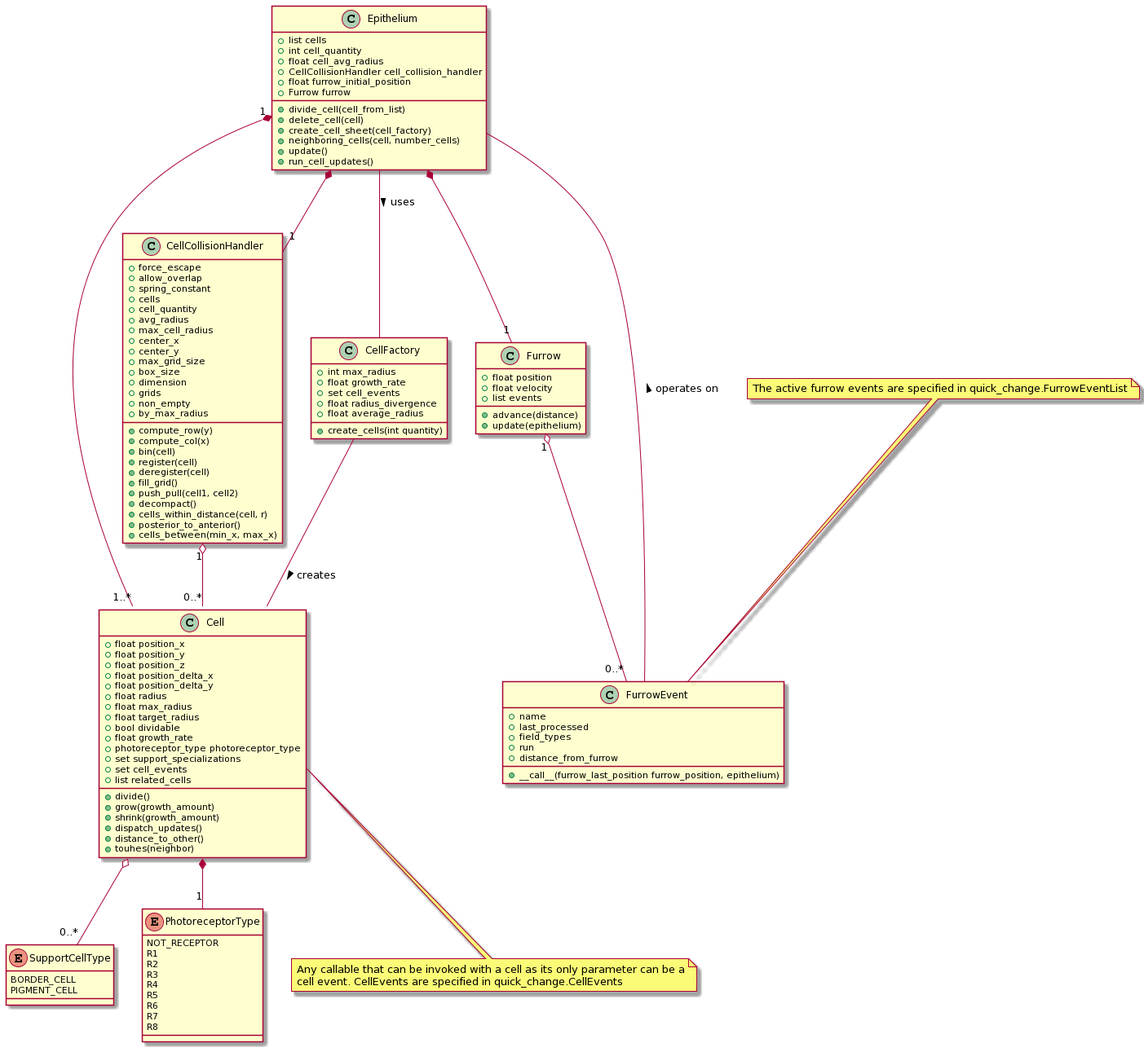
This is diagrams/images/class_diagram.png from lavinrp/EyeDevelopmentModel, a PlantUML export, as it was before one commit. Its diagram source:
```plantuml
@startuml
class Cell{
  +float position_x
  +float position_y
  +float position_z
  +float position_delta_x
  +float position_delta_y
  +float radius
  +float max_radius
  +float target_radius
  +bool dividable
  +float growth_rate
  +photoreceptor_type photoreceptor_type
  +set support_specializations
  +set cell_events
  +list related_cells
  +divide()
  +grow(growth_amount)
  +shrink(growth_amount)
  +dispatch_updates()
  +distance_to_other()
  +touhes(neighbor)
}

enum SupportCellType {
  BORDER_CELL
  PIGMENT_CELL
}

enum PhotoreceptorType{
  NOT_RECEPTOR
  R1
  R2
  R3
  R4
  R5
  R6
  R7
  R8
}


Class CellCollisionHandler {
  +force_escape
  +allow_overlap
  +spring_constant
  +cells
  +cell_quantity
  +avg_radius
  +max_cell_radius
  +center_x
  +center_y
  +max_grid_size
  +box_size
  +dimension
  +grids
  +non_empty
  +by_max_radius
  +compute_row(y)
  +compute_col(x)
  +bin(cell)
  +register(cell)
  +deregister(cell)
  +fill_grid()
  +push_pull(cell1, cell2)
  +decompact()
  +cells_within_distance(cell, r)
  +posterior_to_anterior()
  +cells_between(min_x, max_x)
}

class CellFactory{
  +int max_radius
  +float growth_rate
  +set cell_events
  +float radius_divergence
  +float average_radius
  +create_cells(int quantity)
}

class Epithelium {
  +list cells
  +int cell_quantity
  +float cell_avg_radius
  +CellCollisionHandler cell_collision_handler
  +float furrow_initial_position
  +Furrow furrow
  +divide_cell(cell_from_list)
  +delete_cell(cell)
  +create_cell_sheet(cell_factory)
  +neighboring_cells(cell, number_cells)
  +update()
  +run_cell_updates()
}

class Furrow {
  +float position
  +float velocity
  +list events
  +advance(distance)
  +update(epithelium)
}

class FurrowEvent {
  +name
  +last_processed
  +field_types
  +run
  +distance_from_furrow
  +__call__(furrow_last_position furrow_position, epithelium)
}

Cell *-- "1" PhotoreceptorType
Cell o-- "0..*" SupportCellType
CellCollisionHandler "1" o-- "0..*" Cell
CellFactory -- Cell : creates >
Epithelium -- CellFactory : uses >
Epithelium "1" *-- "1..*" Cell
Epithelium *-- "1" CellCollisionHandler
Epithelium *-- "1" Furrow
Furrow "1" o-- "0..*" FurrowEvent
FurrowEvent -- Epithelium : operates on >

note "The active furrow events are specified in quick_change.FurrowEventList" as FurrowEventListNote
FurrowEventListNote -- FurrowEvent

note as CellEventNote
  Any callable that can be invoked with a cell as its only parameter can be a
  cell event. CellEvents are specified in quick_change.CellEvents
end note

Cell::cell_events -- CellEventNote
@enduml
```
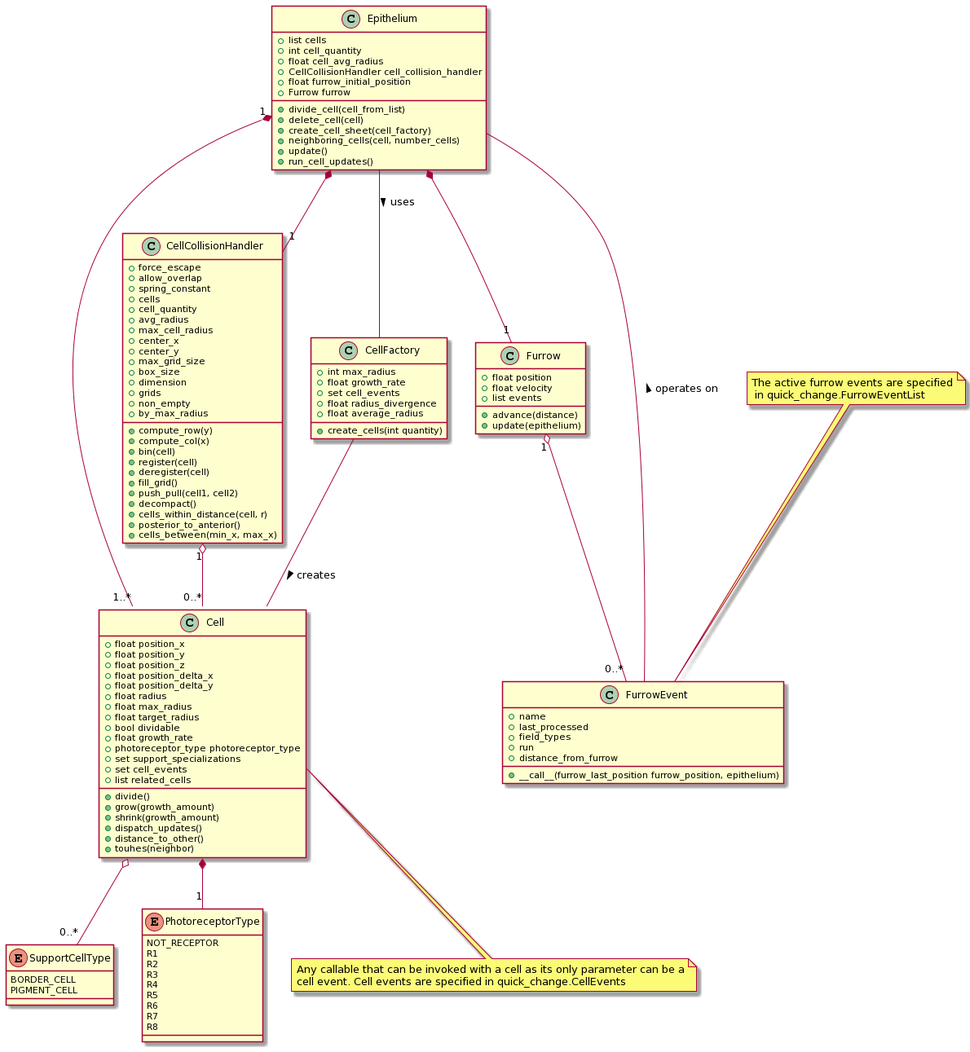
After the change.

Commit message:
add sequence diagram. Update class diagram.

Change to the diagram source:
```diff
@@ -121,12 +121,12 @@
 Furrow "1" o-- "0..*" FurrowEvent
 FurrowEvent -- Epithelium : operates on >
 
-note "The active furrow events are specified in quick_change.FurrowEventList" as FurrowEventListNote
+note "The active furrow events are specified\n in quick_change.FurrowEventList" as FurrowEventListNote
 FurrowEventListNote -- FurrowEvent
 
 note as CellEventNote
   Any callable that can be invoked with a cell as its only parameter can be a
-  cell event. CellEvents are specified in quick_change.CellEvents
+  cell event. Cell events are specified in quick_change.CellEvents
 end note
 
 Cell::cell_events -- CellEventNote
```
